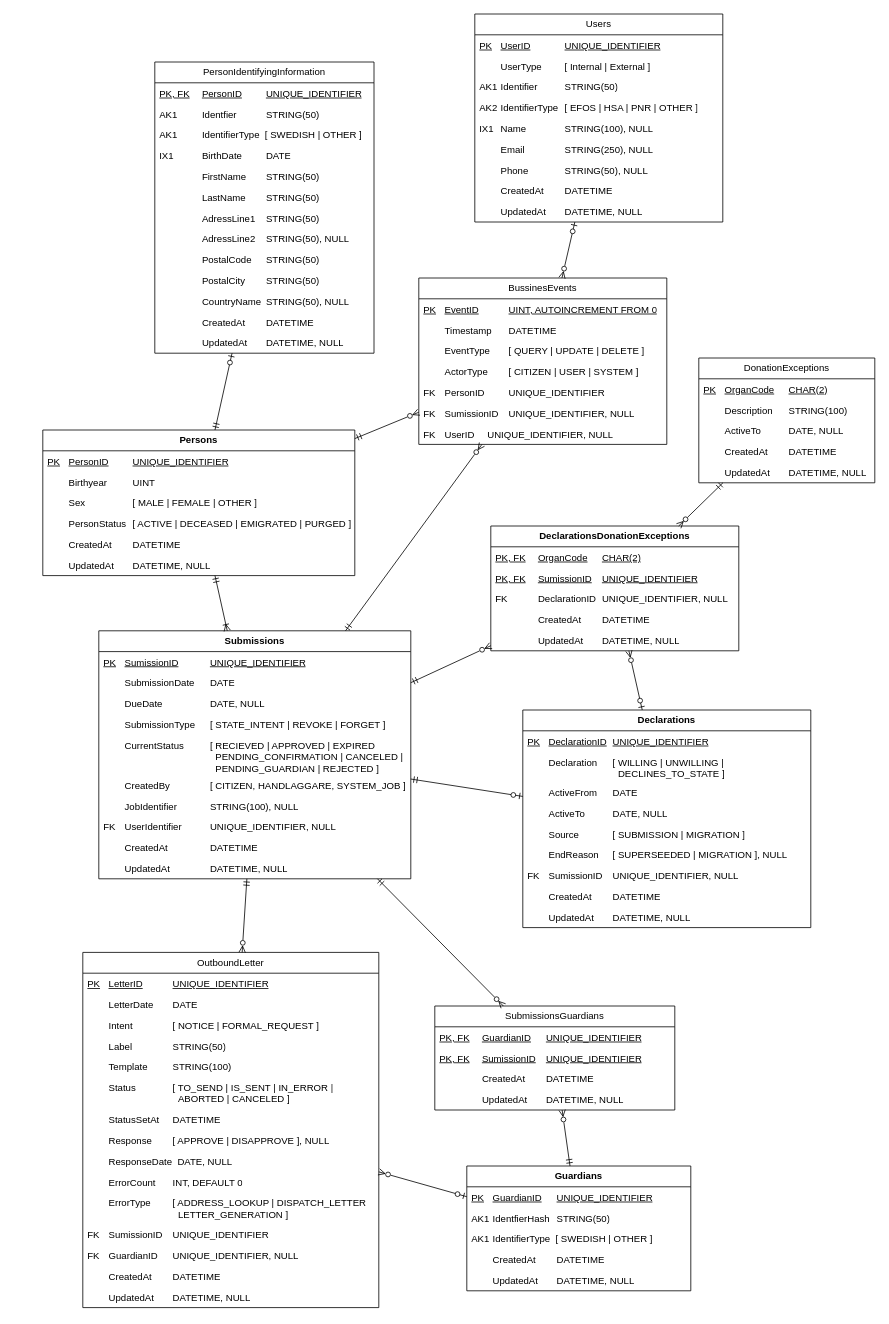
bhagqvist-consid/ICD11 keeps this draw.io diagram as page "Stående Logisk modell" (8 of 8) of Donationsregister.drawio. Above is the earlier version. Source tidied: cells renumbered, new cells numbered last; positions are measured from the earlier drawing's top-left corner, leaving out a move shared by most shapes. Both pictures are drawn from the tidied source at 80%, with x=0, y=0 at pixel (42, 14).
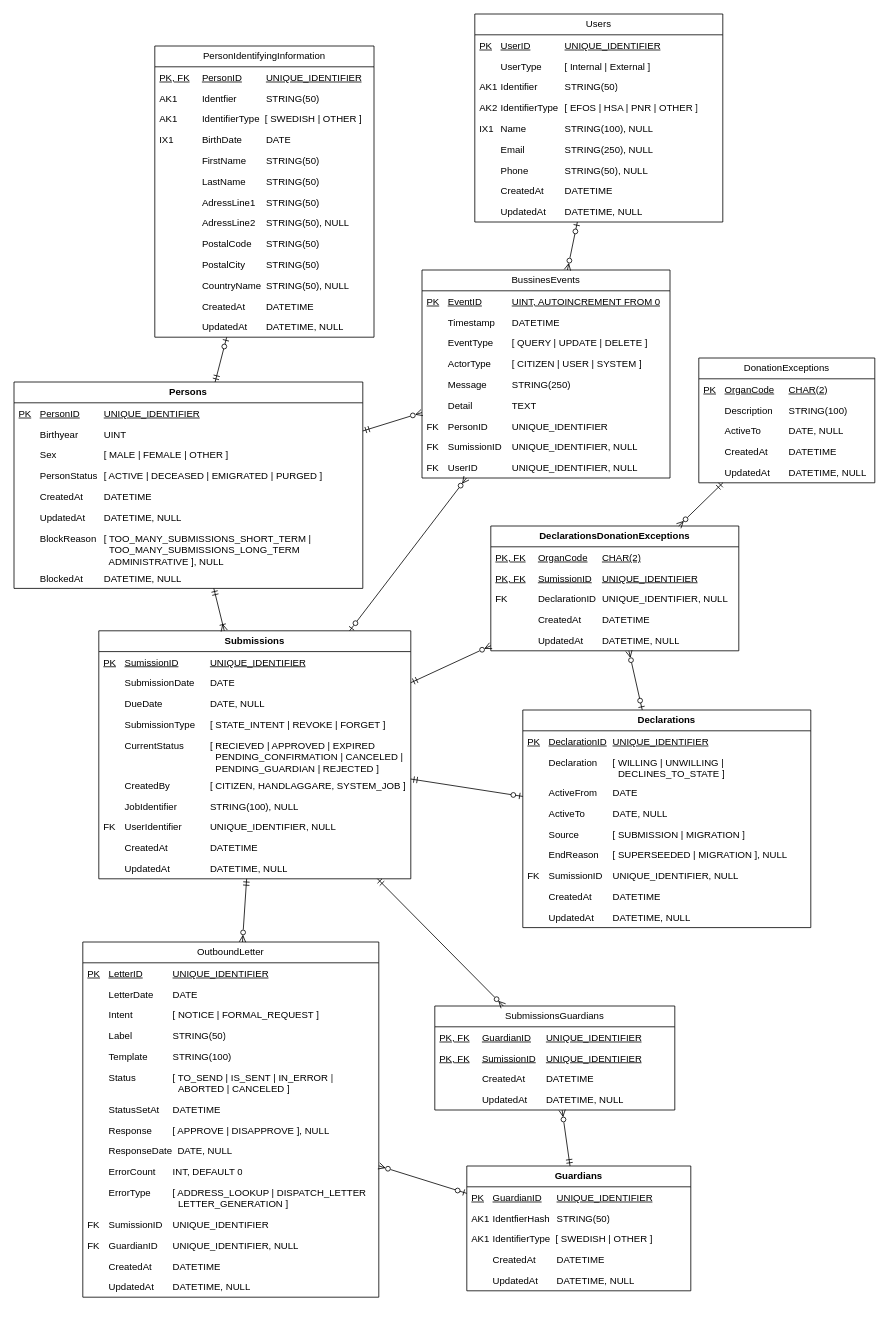
Above is the later version.

The change refers to these unchanged cells:
```xml
<mxCell id="9" value="Submissions" style="swimlane;fontStyle=1;horizontal=1;startSize=26;fillColor=none;whiteSpace=wrap;html=1;" parent="1" vertex="1">
  <mxGeometry x="70" y="771" width="390" height="310" as="geometry" />
</mxCell>
```

The edit, as a diff of the source:
```diff
@@
     <mxCell id="2" value="Persons" style="swimlane;fontStyle=1;horizontal=1;startSize=26;fillColor=none;whiteSpace=wrap;html=1;" parent="1" vertex="1">
-      <mxGeometry y="520" width="390" height="182" as="geometry" />
+      <mxGeometry x="-36" y="460" width="436" height="258" as="geometry" />
     </mxCell>
     <mxCell id="3" value="PK&lt;span style=&quot;white-space: pre;&quot;&gt;&#9;&lt;/span&gt;PersonID&lt;span style=&quot;white-space: pre;&quot;&gt;&#9;&lt;/span&gt;&lt;span style=&quot;white-space: pre;&quot;&gt;&#9;&lt;/span&gt;UNIQUE_IDENTIFIER" style="text;strokeColor=none;fillColor=none;align=left;verticalAlign=top;spacingLeft=4;spacingRight=4;overflow=hidden;whiteSpace=wrap;html=1;fontStyle=4;" parent="2" vertex="1">
-      <mxGeometry y="26" width="390" height="26" as="geometry" />
+      <mxGeometry y="26" width="436" height="26" as="geometry" />
     </mxCell>
     <mxCell id="4" value="&lt;span style=&quot;white-space: pre;&quot;&gt;&#9;&lt;/span&gt;Birthyear&lt;span style=&quot;white-space: pre;&quot;&gt;&#9;&lt;/span&gt;&lt;span style=&quot;white-space: pre;&quot;&gt;&#9;&lt;/span&gt;UINT" style="text;strokeColor=none;fillColor=none;align=left;verticalAlign=top;spacingLeft=4;spacingRight=4;overflow=hidden;whiteSpace=wrap;html=1;" parent="2" vertex="1">
-      <mxGeometry y="52" width="390" height="26" as="geometry" />
+      <mxGeometry y="52" width="436" height="26" as="geometry" />
     </mxCell>
     <mxCell id="5" value="&lt;span style=&quot;white-space: pre;&quot;&gt;&#9;&lt;/span&gt;Sex&lt;span style=&quot;white-space: pre;&quot;&gt;&#9;&lt;/span&gt;&lt;span style=&quot;white-space: pre;&quot;&gt;&#9;&lt;/span&gt;&lt;span style=&quot;white-space: pre;&quot;&gt;&#9;&lt;/span&gt;[ MALE | FEMALE | OTHER ]" style="text;strokeColor=none;fillColor=none;align=left;verticalAlign=top;spacingLeft=4;spacingRight=4;overflow=hidden;whiteSpace=wrap;html=1;" parent="2" vertex="1">
-      <mxGeometry y="78" width="390" height="26" as="geometry" />
+      <mxGeometry y="78" width="436" height="26" as="geometry" />
     </mxCell>
     <mxCell id="6" value="&lt;span style=&quot;white-space: pre;&quot;&gt;&#9;&lt;/span&gt;PersonStatus&lt;span style=&quot;white-space: pre;&quot;&gt;&#9;&lt;/span&gt;[ ACTIVE | DECEASED | EMIGRATED | PURGED ]" style="text;strokeColor=none;fillColor=none;align=left;verticalAlign=top;spacingLeft=4;spacingRight=4;overflow=hidden;whiteSpace=wrap;html=1;" parent="2" vertex="1">
-      <mxGeometry y="104" width="390" height="26" as="geometry" />
+      <mxGeometry y="104" width="436" height="26" as="geometry" />
     </mxCell>
     <mxCell id="7" value="&lt;span style=&quot;white-space: pre;&quot;&gt;&#9;&lt;/span&gt;CreatedAt&amp;nbsp; &lt;span style=&quot;white-space: pre;&quot;&gt;&#9;&lt;/span&gt;DATETIME" style="text;strokeColor=none;fillColor=none;align=left;verticalAlign=top;spacingLeft=4;spacingRight=4;overflow=hidden;whiteSpace=wrap;html=1;" parent="2" vertex="1">
-      <mxGeometry y="130" width="390" height="26" as="geometry" />
+      <mxGeometry y="130" width="436" height="26" as="geometry" />
     </mxCell>
     <mxCell id="8" value="&lt;span style=&quot;white-space: pre;&quot;&gt;&#9;&lt;/span&gt;UpdatedAt&amp;nbsp; &lt;span style=&quot;white-space: pre;&quot;&gt;&#9;&lt;/span&gt;DATETIME, NULL" style="text;strokeColor=none;fillColor=none;align=left;verticalAlign=top;spacingLeft=4;spacingRight=4;overflow=hidden;whiteSpace=wrap;html=1;" parent="2" vertex="1">
-      <mxGeometry y="156" width="390" height="26" as="geometry" />
+      <mxGeometry y="156" width="436" height="26" as="geometry" />
     </mxCell>
+    <mxCell id="114" value="&lt;span style=&quot;white-space: pre;&quot;&gt;&#9;&lt;/span&gt;BlockReason&lt;span style=&quot;white-space: pre;&quot;&gt;&#9;&lt;/span&gt;[ TOO_MANY_SUBMISSIONS_SHORT_TERM |&lt;br&gt;&amp;nbsp; &amp;nbsp; &amp;nbsp; &amp;nbsp; &amp;nbsp; &amp;nbsp; &amp;nbsp; &amp;nbsp; &amp;nbsp; &amp;nbsp; &amp;nbsp; &amp;nbsp; &amp;nbsp; &amp;nbsp; &amp;nbsp; &amp;nbsp; &amp;nbsp; TOO_MANY_SUBMISSIONS_LONG_TERM&lt;br&gt;&lt;span style=&quot;white-space: pre;&quot;&gt;&#9;&lt;/span&gt;&lt;span style=&quot;white-space: pre;&quot;&gt;&#9;&lt;/span&gt;&lt;span style=&quot;white-space: pre;&quot;&gt;&#9;&lt;/span&gt;&lt;span style=&quot;white-space: pre;&quot;&gt;&#9;&lt;/span&gt;&amp;nbsp; ADMINISTRATIVE ], NULL" style="text;strokeColor=none;fillColor=none;align=left;verticalAlign=top;spacingLeft=4;spacingRight=4;overflow=hidden;whiteSpace=wrap;html=1;" parent="2" vertex="1">
+      <mxGeometry y="182" width="436" height="50" as="geometry" />
+    </mxCell>
+    <mxCell id="115" value="&lt;span style=&quot;white-space: pre;&quot;&gt;&#9;&lt;/span&gt;BlockedAt&amp;nbsp; &lt;span style=&quot;white-space: pre;&quot;&gt;&#9;&lt;/span&gt;DATETIME, NULL" style="text;strokeColor=none;fillColor=none;align=left;verticalAlign=top;spacingLeft=4;spacingRight=4;overflow=hidden;whiteSpace=wrap;html=1;" parent="2" vertex="1">
+      <mxGeometry y="232" width="436" height="26" as="geometry" />
+    </mxCell>
@@
     <mxCell id="30" value="PersonIdentifyingInformation" style="swimlane;fontStyle=0;horizontal=1;startSize=26;fillColor=none;whiteSpace=wrap;html=1;" parent="1" vertex="1">
-      <mxGeometry x="140" y="60" width="274" height="364" as="geometry" />
+      <mxGeometry x="140" y="40" width="274" height="364" as="geometry" />
     </mxCell>
@@
     <mxCell id="44" value="OutboundLetter" style="swimlane;fontStyle=0;horizontal=1;startSize=26;fillColor=none;whiteSpace=wrap;html=1;" parent="1" vertex="1">
-      <mxGeometry x="50" y="1173" width="370" height="444" as="geometry" />
+      <mxGeometry x="50" y="1160" width="370" height="444" as="geometry" />
     </mxCell>
@@
     <mxCell id="66" value="BussinesEvents" style="swimlane;fontStyle=0;horizontal=1;startSize=26;fillColor=none;whiteSpace=wrap;html=1;" parent="1" vertex="1">
-      <mxGeometry x="470" y="330" width="310" height="208" as="geometry" />
+      <mxGeometry x="474" y="320" width="310" height="260" as="geometry" />
     </mxCell>
@@
+    <mxCell id="116" value="&lt;span style=&quot;white-space: pre;&quot;&gt;&#9;&lt;/span&gt;Message&lt;span style=&quot;white-space: pre;&quot;&gt;&#9;&lt;/span&gt;&lt;span style=&quot;white-space: pre;&quot;&gt;&#9;&lt;/span&gt;STRING(250)" style="text;strokeColor=none;fillColor=none;align=left;verticalAlign=top;spacingLeft=4;spacingRight=4;overflow=hidden;whiteSpace=wrap;html=1;" parent="66" vertex="1">
+      <mxGeometry y="130" width="310" height="26" as="geometry" />
+    </mxCell>
+    <mxCell id="117" value="&lt;span style=&quot;white-space: pre;&quot;&gt;&#9;&lt;/span&gt;Detail&lt;span style=&quot;white-space: pre;&quot;&gt;&#9;&lt;/span&gt;&lt;span style=&quot;white-space: pre;&quot;&gt;&#9;&lt;/span&gt;TEXT" style="text;strokeColor=none;fillColor=none;align=left;verticalAlign=top;spacingLeft=4;spacingRight=4;overflow=hidden;whiteSpace=wrap;html=1;" parent="66" vertex="1">
+      <mxGeometry y="156" width="310" height="26" as="geometry" />
+    </mxCell>
     <mxCell id="71" value="FK&lt;span style=&quot;white-space: pre;&quot;&gt;&#9;&lt;/span&gt;PersonID&lt;span style=&quot;white-space: pre;&quot;&gt;&#9;&lt;span style=&quot;white-space: pre;&quot;&gt;&#9;&lt;/span&gt;&lt;/span&gt;UNIQUE_IDENTIFIER" style="text;strokeColor=none;fillColor=none;align=left;verticalAlign=top;spacingLeft=4;spacingRight=4;overflow=hidden;whiteSpace=wrap;html=1;fontStyle=0;" parent="66" vertex="1">
-      <mxGeometry y="130" width="310" height="26" as="geometry" />
+      <mxGeometry y="182" width="310" height="26" as="geometry" />
     </mxCell>
     <mxCell id="72" value="FK&lt;span style=&quot;white-space: pre;&quot;&gt;&#9;&lt;/span&gt;SumissionID&lt;span style=&quot;white-space: pre;&quot;&gt;&#9;&lt;/span&gt;UNIQUE_IDENTIFIER, NULL" style="text;strokeColor=none;fillColor=none;align=left;verticalAlign=top;spacingLeft=4;spacingRight=4;overflow=hidden;whiteSpace=wrap;html=1;fontStyle=0;" parent="66" vertex="1">
-      <mxGeometry y="156" width="310" height="26" as="geometry" />
+      <mxGeometry y="208" width="310" height="26" as="geometry" />
     </mxCell>
-    <mxCell id="73" value="FK&lt;span style=&quot;white-space: pre;&quot;&gt;&#9;&lt;/span&gt;UserID&lt;span style=&quot;white-space: pre;&quot;&gt;&#9;&lt;/span&gt;UNIQUE_IDENTIFIER, NULL" style="text;strokeColor=none;fillColor=none;align=left;verticalAlign=top;spacingLeft=4;spacingRight=4;overflow=hidden;whiteSpace=wrap;html=1;fontStyle=0;" parent="66" vertex="1">
-      <mxGeometry y="182" width="310" height="26" as="geometry" />
+    <mxCell id="73" value="FK&lt;span style=&quot;white-space: pre;&quot;&gt;&#9;&lt;/span&gt;UserID&lt;span style=&quot;white-space: pre;&quot;&gt;&#9;&lt;span style=&quot;white-space: pre;&quot;&gt;&#9;&lt;/span&gt;&lt;/span&gt;UNIQUE_IDENTIFIER, NULL" style="text;strokeColor=none;fillColor=none;align=left;verticalAlign=top;spacingLeft=4;spacingRight=4;overflow=hidden;whiteSpace=wrap;html=1;fontStyle=0;" parent="66" vertex="1">
+      <mxGeometry y="234" width="310" height="26" as="geometry" />
     </mxCell>
@@
-    <mxCell id="113" style="fontSize=12;html=1;endArrow=ERmandOne;startArrow=ERzeroToMany;rounded=0;startFill=0;endFill=0;" parent="1" edge="1" source="66" target="9">
+    <mxCell id="113" style="fontSize=12;html=1;endArrow=ERzeroToOne;startArrow=ERzeroToMany;rounded=0;startFill=0;endFill=0;" parent="1" edge="1" source="66" target="9">
       <mxGeometry relative="1" as="geometry" />
     </mxCell>
```
